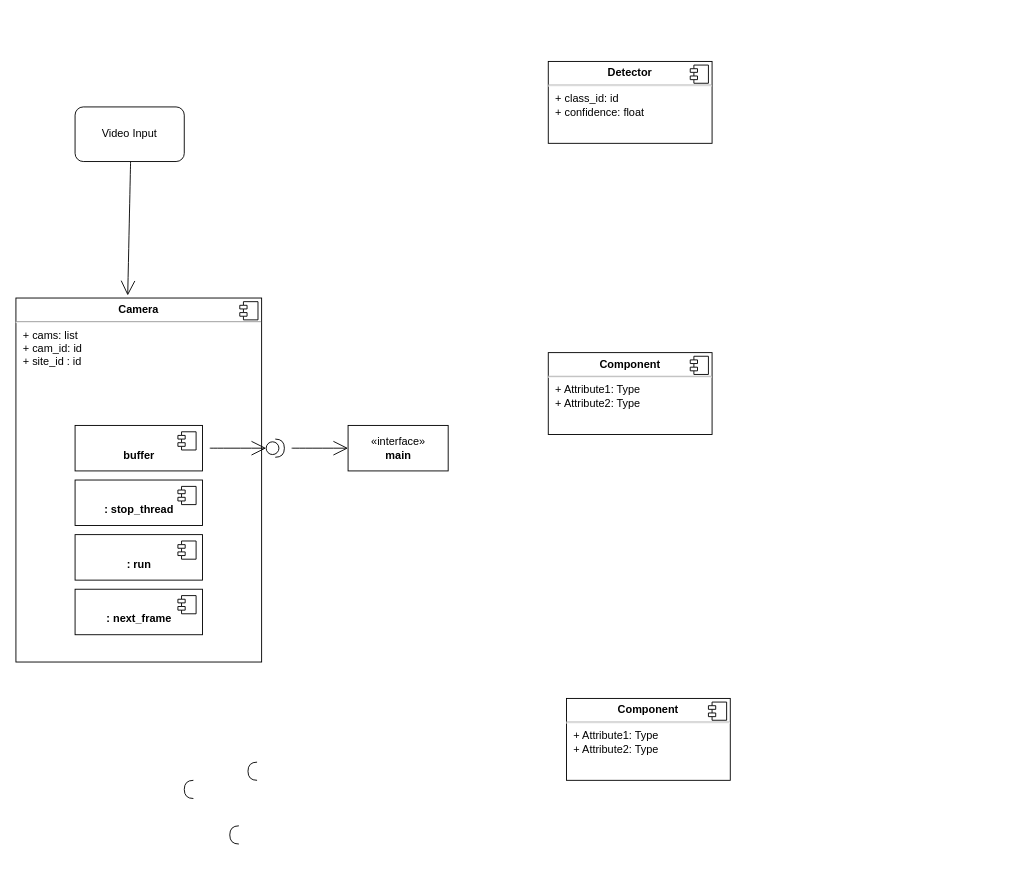
vishvarana/AI-ML-for-Newborn-Babies-in-Healthcare keeps this draw.io diagram as Untitled Diagram.drawio. Above is the earlier version. Source tidied: cells renumbered, new cells numbered last; positions are measured from the earlier drawing's top-left corner, leaving out a move shared by most shapes. Both pictures are drawn from the tidied source at 91%, with x=0, y=0 at pixel (15, 61).
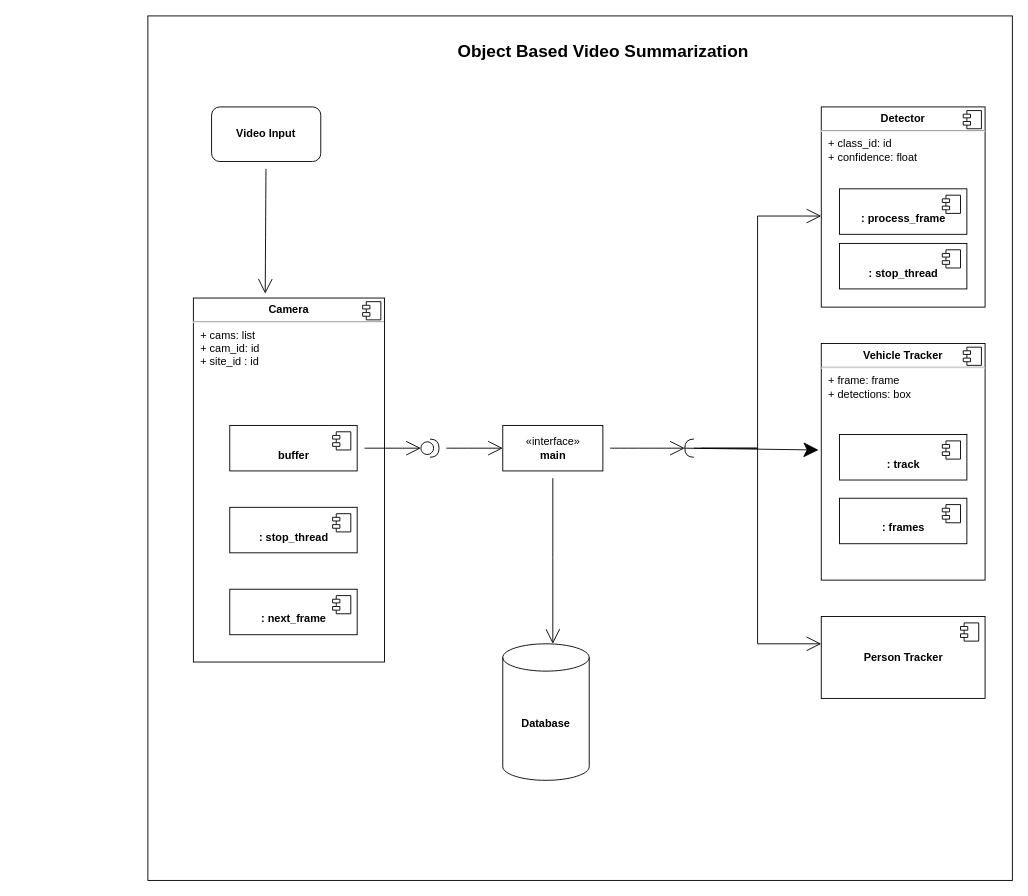
The same diagram, later.

Commit message:
component diagram

The edit, as a diff of the source:
```diff
@@
+    <mxCell id="27" style="whiteSpace=wrap;html=1;hachureGap=4;fillColor=none;" parent="1" vertex="1">
+      <mxGeometry x="145" y="-50" width="950" height="950" as="geometry" />
+    </mxCell>
     <mxCell id="2" value="&lt;p style=&quot;margin: 0px ; margin-top: 6px ; text-align: center&quot;&gt;&lt;b&gt;Camera&lt;/b&gt;&lt;/p&gt;&lt;hr&gt;&lt;p style=&quot;margin: 0px ; margin-left: 8px&quot;&gt;+ cams: list&lt;br&gt;+ cam_id: id&lt;/p&gt;&lt;p style=&quot;margin: 0px ; margin-left: 8px&quot;&gt;+ site_id : id&lt;/p&gt;&lt;p style=&quot;margin: 0px ; margin-left: 8px&quot;&gt;&lt;span style=&quot;white-space: pre&quot;&gt; &lt;/span&gt;&lt;span style=&quot;white-space: pre&quot;&gt; &lt;/span&gt;&lt;br&gt;&lt;/p&gt;" style="align=left;overflow=fill;html=1;hachureGap=4;" parent="1" vertex="1">
-      <mxGeometry y="260" width="270" height="400" as="geometry" />
+      <mxGeometry x="195" y="260" width="210" height="400" as="geometry" />
     </mxCell>
@@
     <mxCell id="4" value="&lt;p style=&quot;margin: 0px ; margin-top: 6px ; text-align: center&quot;&gt;&lt;b&gt;Detector&lt;/b&gt;&lt;/p&gt;&lt;hr&gt;&lt;p style=&quot;margin: 0px ; margin-left: 8px&quot;&gt;+ class_id: id&lt;br&gt;+ confidence: float&amp;nbsp;&lt;/p&gt;" style="align=left;overflow=fill;html=1;hachureGap=4;" parent="1" vertex="1">
-      <mxGeometry x="585" width="180" height="90" as="geometry" />
+      <mxGeometry x="885" y="50" width="180" height="220" as="geometry" />
     </mxCell>
@@
-    <mxCell id="6" value="&lt;p style=&quot;margin:0px;margin-top:6px;text-align:center;&quot;&gt;&lt;b&gt;Component&lt;/b&gt;&lt;/p&gt;&lt;hr/&gt;&lt;p style=&quot;margin:0px;margin-left:8px;&quot;&gt;+ Attribute1: Type&lt;br/&gt;+ Attribute2: Type&lt;/p&gt;" style="align=left;overflow=fill;html=1;hachureGap=4;" parent="1" vertex="1">
-      <mxGeometry x="585" y="320" width="180" height="90" as="geometry" />
+    <mxCell id="6" value="&lt;p style=&quot;margin: 0px ; margin-top: 6px ; text-align: center&quot;&gt;&lt;b&gt;Vehicle Tracker&lt;/b&gt;&lt;/p&gt;&lt;hr&gt;&lt;p style=&quot;margin: 0px ; margin-left: 8px&quot;&gt;+ frame: frame&lt;br&gt;+ detections: box&lt;/p&gt;&lt;p style=&quot;margin: 0px ; margin-left: 8px&quot;&gt;&lt;br&gt;&lt;/p&gt;" style="align=left;overflow=fill;html=1;hachureGap=4;" parent="1" vertex="1">
+      <mxGeometry x="885" y="310" width="180" height="260" as="geometry" />
     </mxCell>
@@
-    <mxCell id="8" value="&lt;p style=&quot;margin:0px;margin-top:6px;text-align:center;&quot;&gt;&lt;b&gt;Component&lt;/b&gt;&lt;/p&gt;&lt;hr/&gt;&lt;p style=&quot;margin:0px;margin-left:8px;&quot;&gt;+ Attribute1: Type&lt;br/&gt;+ Attribute2: Type&lt;/p&gt;" style="align=left;overflow=fill;html=1;hachureGap=4;" parent="1" vertex="1">
-      <mxGeometry x="605" y="700" width="180" height="90" as="geometry" />
-    </mxCell>
-    <mxCell id="9" style="shape=component;jettyWidth=8;jettyHeight=4;" parent="8" vertex="1">
-      <mxGeometry x="1" width="20" height="20" relative="1" as="geometry">
-        <mxPoint x="-24" y="4" as="offset" />
-      </mxGeometry>
-    </mxCell>
     <mxCell id="10" value="&lt;br&gt;&lt;b&gt;: next_frame&lt;/b&gt;" style="html=1;hachureGap=4;" parent="1" vertex="1">
-      <mxGeometry x="65" y="580" width="140" height="50" as="geometry" />
+      <mxGeometry x="235" y="580" width="140" height="50" as="geometry" />
     </mxCell>
@@
-    <mxCell id="12" value="&lt;br&gt;&lt;b&gt;: run&lt;/b&gt;" style="html=1;hachureGap=4;" parent="1" vertex="1">
-      <mxGeometry x="65" y="520" width="140" height="50" as="geometry" />
-    </mxCell>
-    <mxCell id="13" style="shape=module;jettyWidth=8;jettyHeight=4;" parent="12" vertex="1">
-      <mxGeometry x="1" width="20" height="20" relative="1" as="geometry">
-        <mxPoint x="-27" y="7" as="offset" />
-      </mxGeometry>
-    </mxCell>
     <mxCell id="14" value="&lt;br&gt;&lt;b&gt;: stop_thread&lt;/b&gt;" style="html=1;hachureGap=4;" parent="1" vertex="1">
-      <mxGeometry x="65" y="460" width="140" height="50" as="geometry" />
+      <mxGeometry x="235" y="490" width="140" height="50" as="geometry" />
     </mxCell>
@@
     <mxCell id="17" value="&lt;br&gt;&lt;b&gt;buffer&lt;/b&gt;" style="html=1;hachureGap=4;" parent="1" vertex="1">
-      <mxGeometry x="65" y="400" width="140" height="50" as="geometry" />
+      <mxGeometry x="235" y="400" width="140" height="50" as="geometry" />
     </mxCell>
@@
-    <mxCell id="19" style="edgeStyle=none;curved=1;rounded=0;jettySize=auto;html=1;endArrow=open;startSize=14;endSize=14;sourcePerimeterSpacing=8;targetPerimeterSpacing=8;entryX=0.455;entryY=-0.007;entryDx=0;entryDy=0;entryPerimeter=0;" parent="1" edge="1" target="2">
-      <mxGeometry relative="1" as="geometry">
-        <mxPoint x="126" y="110" as="sourcePoint" />
-      </mxGeometry>
-    </mxCell>
+    <mxCell id="28" style="edgeStyle=none;curved=1;rounded=0;jettySize=auto;html=1;entryX=0.376;entryY=-0.012;entryDx=0;entryDy=0;entryPerimeter=0;endArrow=open;startSize=14;endSize=14;sourcePerimeterSpacing=8;targetPerimeterSpacing=8;" parent="1" edge="1" source="20" target="2">
+      <mxGeometry relative="1" as="geometry" />
+    </mxCell>
-    <mxCell id="20" value="Video Input" style="rounded=1;whiteSpace=wrap;html=1;hachureGap=4;" parent="1" vertex="1">
-      <mxGeometry x="65" y="50" width="120" height="60" as="geometry" />
+    <mxCell id="20" value="&lt;b&gt;Video Input&lt;/b&gt;" style="rounded=1;whiteSpace=wrap;html=1;hachureGap=4;" parent="1" vertex="1">
+      <mxGeometry x="215" y="50" width="120" height="60" as="geometry" />
     </mxCell>
+    <mxCell id="29" style="edgeStyle=none;curved=1;rounded=0;jettySize=auto;html=1;entryX=1;entryY=0.5;entryDx=0;entryDy=0;entryPerimeter=0;endArrow=open;startSize=14;endSize=14;sourcePerimeterSpacing=8;targetPerimeterSpacing=8;" parent="1" edge="1" source="21" target="22">
+      <mxGeometry relative="1" as="geometry" />
+    </mxCell>
+    <mxCell id="30" style="edgeStyle=elbowEdgeStyle;rounded=0;jettySize=auto;elbow=vertical;html=1;entryX=0.579;entryY=0;entryDx=0;entryDy=0;entryPerimeter=0;endArrow=open;startSize=14;endSize=14;sourcePerimeterSpacing=8;targetPerimeterSpacing=8;" parent="1" edge="1" source="21" target="44">
+      <mxGeometry relative="1" as="geometry" />
+    </mxCell>
     <mxCell id="21" value="«interface»&lt;br&gt;&lt;b&gt;main&lt;/b&gt;" style="html=1;hachureGap=4;" parent="1" vertex="1">
-      <mxGeometry x="365" y="400" width="110" height="50" as="geometry" />
+      <mxGeometry x="535" y="400" width="110" height="50" as="geometry" />
     </mxCell>
+    <mxCell id="31" style="edgeStyle=elbowEdgeStyle;rounded=0;jettySize=auto;html=1;entryX=0;entryY=0.545;entryDx=0;entryDy=0;entryPerimeter=0;endArrow=open;startSize=14;endSize=14;sourcePerimeterSpacing=8;targetPerimeterSpacing=8;" parent="1" edge="1" source="22" target="4">
+      <mxGeometry relative="1" as="geometry" />
+    </mxCell>
     <mxCell id="22" style="shape=requiredInterface;html=1;verticalLabelPosition=bottom;hachureGap=4;direction=west;rotation=0;" parent="1" vertex="1">
-      <mxGeometry x="255" y="770" width="10" height="20" as="geometry" />
+      <mxGeometry x="735" y="415" width="10" height="20" as="geometry" />
     </mxCell>
-    <mxCell id="23" style="shape=requiredInterface;html=1;verticalLabelPosition=bottom;hachureGap=4;direction=west;rotation=0;" parent="1" vertex="1">
-      <mxGeometry x="235" y="840" width="10" height="20" as="geometry" />
-    </mxCell>
-    <mxCell id="24" style="shape=requiredInterface;html=1;verticalLabelPosition=bottom;hachureGap=4;direction=west;rotation=0;" parent="1" vertex="1">
-      <mxGeometry x="185" y="790" width="10" height="20" as="geometry" />
-    </mxCell>
@@
     <mxCell id="26" style="shape=providedRequiredInterface;html=1;verticalLabelPosition=bottom;hachureGap=4;" parent="1" vertex="1">
-      <mxGeometry x="275" y="415" width="20" height="20" as="geometry" />
+      <mxGeometry x="445" y="415" width="20" height="20" as="geometry" />
     </mxCell>
+    <mxCell id="32" value="&lt;br&gt;&lt;b&gt;: process_frame&lt;/b&gt;" style="html=1;hachureGap=4;" parent="1" vertex="1">
+      <mxGeometry x="905" y="140" width="140" height="50" as="geometry" />
+    </mxCell>
+    <mxCell id="33" style="shape=module;jettyWidth=8;jettyHeight=4;" parent="32" vertex="1">
+      <mxGeometry x="1" width="20" height="20" relative="1" as="geometry">
+        <mxPoint x="-27" y="7" as="offset" />
+      </mxGeometry>
+    </mxCell>
+    <mxCell id="34" value="&lt;br&gt;&lt;b&gt;: stop_thread&lt;/b&gt;" style="html=1;hachureGap=4;" parent="1" vertex="1">
+      <mxGeometry x="905" y="200" width="140" height="50" as="geometry" />
+    </mxCell>
+    <mxCell id="35" style="shape=module;jettyWidth=8;jettyHeight=4;" parent="34" vertex="1">
+      <mxGeometry x="1" width="20" height="20" relative="1" as="geometry">
+        <mxPoint x="-27" y="7" as="offset" />
+      </mxGeometry>
+    </mxCell>
+    <mxCell id="36" value="&lt;br&gt;&lt;b&gt;: track&lt;/b&gt;" style="html=1;hachureGap=4;" parent="1" vertex="1">
+      <mxGeometry x="905" y="410" width="140" height="50" as="geometry" />
+    </mxCell>
+    <mxCell id="37" style="shape=module;jettyWidth=8;jettyHeight=4;" parent="36" vertex="1">
+      <mxGeometry x="1" width="20" height="20" relative="1" as="geometry">
+        <mxPoint x="-27" y="7" as="offset" />
+      </mxGeometry>
+    </mxCell>
+    <mxCell id="38" value="&lt;br&gt;&lt;b&gt;: frames&lt;/b&gt;" style="html=1;hachureGap=4;" parent="1" vertex="1">
+      <mxGeometry x="905" y="480" width="140" height="50" as="geometry" />
+    </mxCell>
+    <mxCell id="39" style="shape=module;jettyWidth=8;jettyHeight=4;" parent="38" vertex="1">
+      <mxGeometry x="1" width="20" height="20" relative="1" as="geometry">
+        <mxPoint x="-27" y="7" as="offset" />
+      </mxGeometry>
+    </mxCell>
+    <mxCell id="40" value="&lt;b&gt;Person Tracker&lt;/b&gt;" style="html=1;hachureGap=4;" parent="1" vertex="1">
+      <mxGeometry x="885" y="610" width="180" height="90" as="geometry" />
+    </mxCell>
+    <mxCell id="41" style="shape=module;jettyWidth=8;jettyHeight=4;" parent="40" vertex="1">
+      <mxGeometry x="1" width="20" height="20" relative="1" as="geometry">
+        <mxPoint x="-27" y="7" as="offset" />
+      </mxGeometry>
+    </mxCell>
+    <mxCell id="42" style="edgeStyle=elbowEdgeStyle;rounded=0;jettySize=auto;html=1;endArrow=open;startSize=14;endSize=14;sourcePerimeterSpacing=8;targetPerimeterSpacing=8;exitX=0;exitY=0.5;exitDx=0;exitDy=0;exitPerimeter=0;" parent="1" edge="1" source="22">
+      <mxGeometry relative="1" as="geometry">
+        <mxPoint x="885" y="640" as="targetPoint" />
+      </mxGeometry>
+    </mxCell>
+    <mxCell id="43" style="endArrow=classic;html=1;startSize=14;endSize=14;sourcePerimeterSpacing=8;targetPerimeterSpacing=8;exitX=1;exitY=0.5;exitDx=0;exitDy=0;exitPerimeter=0;" parent="1" edge="1" source="22">
+      <mxGeometry relative="1" as="geometry">
+        <mxPoint x="882" y="427" as="targetPoint" />
+      </mxGeometry>
+    </mxCell>
+    <mxCell id="44" value="&lt;b&gt;Database&lt;/b&gt;" style="shape=cylinder3;whiteSpace=wrap;html=1;boundedLbl=1;backgroundOutline=1;size=15;hachureGap=4;" parent="1" vertex="1">
+      <mxGeometry x="535" y="640" width="95" height="150" as="geometry" />
+    </mxCell>
+    <mxCell id="45" value="&lt;font style=&quot;font-size: 19px&quot;&gt;&lt;b&gt;Object Based Video Summarization&lt;/b&gt;&lt;/font&gt;" style="text;html=1;align=center;verticalAlign=middle;strokeColor=none;fillColor=none;" parent="1" vertex="1">
+      <mxGeometry x="475" y="-20" width="340" height="20" as="geometry" />
+    </mxCell>
```
